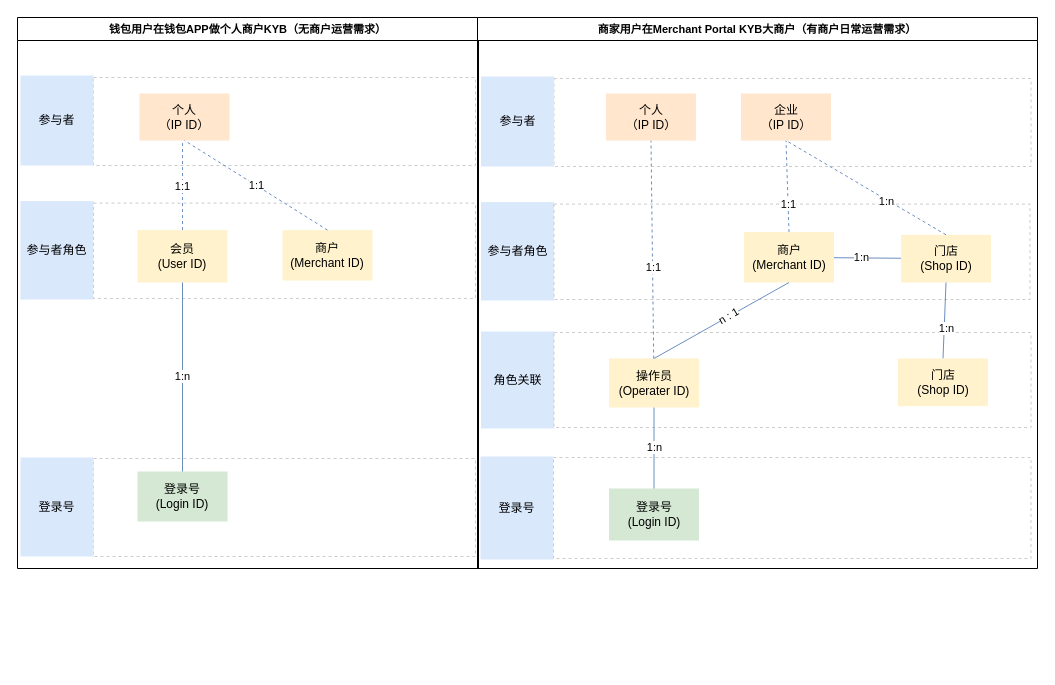
Before: page "模型关系" (5 of 5) of Merchant portal.drawio in renqiuming/drawio, a draw.io diagram. Source tidied: cells renumbered, new cells numbered last; positions are measured from the earlier drawing's top-left corner, leaving out a move shared by most shapes. Both pictures are drawn from the tidied source at 100%, with x=0, y=0 at pixel (17, 17).
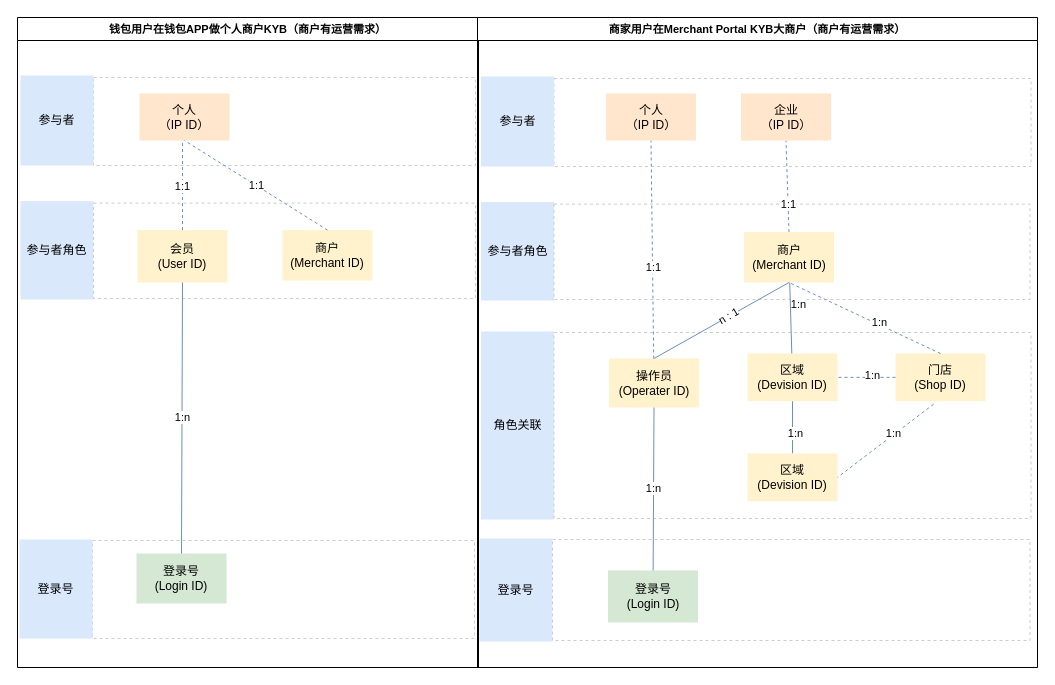
After the change.

The change refers to these unchanged cells:
```xml
<mxCell id="20" value="商户&lt;br&gt;(Merchant ID)" style="rounded=0;whiteSpace=wrap;html=1;fillColor=#fff2cc;strokeColor=none;" parent="15" vertex="1">
  <mxGeometry x="266.5" y="214.6" width="90" height="50.4" as="geometry" />
</mxCell>
<mxCell id="41" value="企业&lt;br&gt;（IP ID）" style="rounded=0;whiteSpace=wrap;html=1;fillColor=#ffe6cc;strokeColor=none;" parent="15" vertex="1">
  <mxGeometry x="263.5" y="76" width="90" height="47" as="geometry" />
</mxCell>
```

The edit, as a diff of the source:
```diff
@@
-    <mxCell id="11" value="钱包用户在钱包APP做个人商户KYB（无商户运营需求）" style="swimlane;labelBackgroundColor=none;strokeColor=default;fontSize=11;fillColor=default;gradientColor=none;" parent="1" vertex="1">
-      <mxGeometry width="461" height="551" as="geometry" />
+    <mxCell id="11" value="钱包用户在钱包APP做个人商户KYB（商户有运营需求）" style="swimlane;labelBackgroundColor=none;strokeColor=default;fontSize=11;fillColor=default;gradientColor=none;" parent="1" vertex="1">
+      <mxGeometry width="461" height="650" as="geometry" />
     </mxCell>
     <mxCell id="12" style="rounded=0;whiteSpace=wrap;html=1;dashed=1;strokeColor=#CCCCCC;" parent="11" vertex="1">
-      <mxGeometry x="76" y="441" width="382" height="98" as="geometry" />
+      <mxGeometry x="75" y="523" width="382" height="98" as="geometry" />
     </mxCell>
     <mxCell id="13" value="登录号" style="rounded=0;whiteSpace=wrap;html=1;fillColor=#dae8fc;strokeColor=none;" parent="11" vertex="1">
-      <mxGeometry x="3" y="440" width="73" height="99" as="geometry" />
+      <mxGeometry x="2" y="522" width="73" height="99" as="geometry" />
     </mxCell>
     <mxCell id="14" value="登录号&lt;br&gt;(Login ID)" style="rounded=0;whiteSpace=wrap;html=1;fillColor=#d5e8d4;strokeColor=none;" parent="11" vertex="1">
-      <mxGeometry x="120" y="454" width="90" height="50" as="geometry" />
+      <mxGeometry x="119" y="536" width="90" height="50" as="geometry" />
     </mxCell>
-    <mxCell id="15" value="商家用户在Merchant Portal KYB大商户（有商户日常运营需求）" style="swimlane;labelBackgroundColor=none;strokeColor=default;fontSize=11;fillColor=default;gradientColor=none;" parent="1" vertex="1">
-      <mxGeometry x="460" width="560" height="551" as="geometry" />
+    <mxCell id="15" value="商家用户在Merchant Portal KYB大商户（商户有运营需求）" style="swimlane;labelBackgroundColor=none;strokeColor=default;fontSize=11;fillColor=default;gradientColor=none;" parent="1" vertex="1">
+      <mxGeometry x="460" width="560" height="650" as="geometry" />
     </mxCell>
@@
     <mxCell id="23" value="角色关联" style="rounded=0;whiteSpace=wrap;html=1;fillColor=#dae8fc;strokeColor=none;" parent="15" vertex="1">
-      <mxGeometry x="3.5" y="314" width="73" height="97" as="geometry" />
+      <mxGeometry x="3.5" y="314" width="73" height="188" as="geometry" />
     </mxCell>
     <mxCell id="24" style="rounded=0;whiteSpace=wrap;html=1;dashed=1;strokeColor=#CCCCCC;" parent="15" vertex="1">
-      <mxGeometry x="76.5" y="315" width="477" height="95" as="geometry" />
+      <mxGeometry x="76.5" y="315" width="477" height="186" as="geometry" />
     </mxCell>
-    <mxCell id="25" value="门店&lt;br&gt;(Shop ID)" style="rounded=0;whiteSpace=wrap;html=1;fillColor=#fff2cc;strokeColor=none;" parent="15" vertex="1">
-      <mxGeometry x="423.5" y="217.3" width="90" height="47.7" as="geometry" />
+    <mxCell id="25" value="区域&lt;br&gt;(Devision ID)" style="rounded=0;whiteSpace=wrap;html=1;fillColor=#fff2cc;strokeColor=none;" parent="15" vertex="1">
+      <mxGeometry x="270" y="336" width="90" height="47.7" as="geometry" />
     </mxCell>
@@
-    <mxCell id="30" style="endArrow=none;html=1;exitX=0.5;exitY=0;exitDx=0;exitDy=0;entryX=0.5;entryY=1;entryDx=0;entryDy=0;fillColor=#dae8fc;strokeColor=#6c8ebf;rounded=0;dashed=1;" parent="15" edge="1" source="25" target="41">
-      <mxGeometry relative="1" as="geometry" />
-    </mxCell>
-    <mxCell id="31" value="1:n" style="edgeLabel;html=1;align=center;verticalAlign=middle;" parent="30" vertex="1">
-      <mxGeometry x="-0.38" relative="1" as="geometry">
-        <mxPoint x="-10" y="-4" as="offset" />
-      </mxGeometry>
-    </mxCell>
@@
     <mxCell id="37" value="登录号" style="rounded=0;whiteSpace=wrap;html=1;fillColor=#dae8fc;strokeColor=none;" parent="15" vertex="1">
-      <mxGeometry x="3" y="439" width="73" height="103" as="geometry" />
+      <mxGeometry x="2" y="521" width="73" height="103" as="geometry" />
     </mxCell>
     <mxCell id="38" style="rounded=0;whiteSpace=wrap;html=1;dashed=1;strokeColor=#CCCCCC;" parent="15" vertex="1">
-      <mxGeometry x="76" y="440" width="477.5" height="101" as="geometry" />
+      <mxGeometry x="75" y="522" width="477.5" height="101" as="geometry" />
     </mxCell>
     <mxCell id="39" value="登录号&lt;br&gt;(Login ID)" style="rounded=0;whiteSpace=wrap;html=1;fillColor=#d5e8d4;strokeColor=none;" parent="15" vertex="1">
-      <mxGeometry x="131.5" y="471" width="90" height="52" as="geometry" />
+      <mxGeometry x="130.5" y="553" width="90" height="52" as="geometry" />
     </mxCell>
@@
-    <mxCell id="43" value="门店&lt;br&gt;(Shop ID)" style="rounded=0;whiteSpace=wrap;html=1;fillColor=#fff2cc;strokeColor=none;" parent="15" vertex="1">
-      <mxGeometry x="420.5" y="341" width="90" height="47.7" as="geometry" />
+    <mxCell id="43" value="区域&lt;br&gt;(Devision ID)" style="rounded=0;whiteSpace=wrap;html=1;fillColor=#fff2cc;strokeColor=none;" parent="15" vertex="1">
+      <mxGeometry x="270" y="436" width="90" height="47.7" as="geometry" />
     </mxCell>
+    <mxCell id="45" value="门店&lt;br&gt;(Shop ID)" style="rounded=0;whiteSpace=wrap;html=1;fillColor=#fff2cc;strokeColor=none;" parent="15" vertex="1">
+      <mxGeometry x="418" y="336" width="90" height="47.7" as="geometry" />
+    </mxCell>
+    <mxCell id="46" style="endArrow=none;html=1;entryX=1;entryY=0.5;entryDx=0;entryDy=0;fillColor=#dae8fc;strokeColor=#6c8ebf;rounded=0;exitX=0;exitY=0.5;exitDx=0;exitDy=0;dashed=1;" parent="15" edge="1" source="45" target="25">
+      <mxGeometry relative="1" as="geometry" />
+    </mxCell>
+    <mxCell id="47" value="1:n" style="edgeLabel;html=1;align=center;verticalAlign=middle;" parent="46" vertex="1">
+      <mxGeometry x="-0.18" y="-2" relative="1" as="geometry" />
+    </mxCell>
+    <mxCell id="48" style="endArrow=none;html=1;entryX=1;entryY=0.5;entryDx=0;entryDy=0;fillColor=#dae8fc;strokeColor=#6c8ebf;rounded=0;exitX=0.424;exitY=1.061;exitDx=0;exitDy=0;exitPerimeter=0;dashed=1;" parent="15" edge="1" source="45" target="43">
+      <mxGeometry relative="1" as="geometry" />
+    </mxCell>
+    <mxCell id="49" value="1:n" style="edgeLabel;html=1;align=center;verticalAlign=middle;" parent="48" vertex="1">
+      <mxGeometry x="-0.18" y="-2" relative="1" as="geometry" />
+    </mxCell>
+    <mxCell id="50" style="endArrow=none;html=1;entryX=0.5;entryY=1;entryDx=0;entryDy=0;fillColor=#dae8fc;strokeColor=#6c8ebf;rounded=0;exitX=0.5;exitY=0;exitDx=0;exitDy=0;dashed=1;" parent="15" edge="1" source="45" target="20">
+      <mxGeometry relative="1" as="geometry" />
+    </mxCell>
+    <mxCell id="51" value="1:n" style="edgeLabel;html=1;align=center;verticalAlign=middle;" parent="50" vertex="1">
+      <mxGeometry x="-0.18" y="-2" relative="1" as="geometry" />
+    </mxCell>
```
